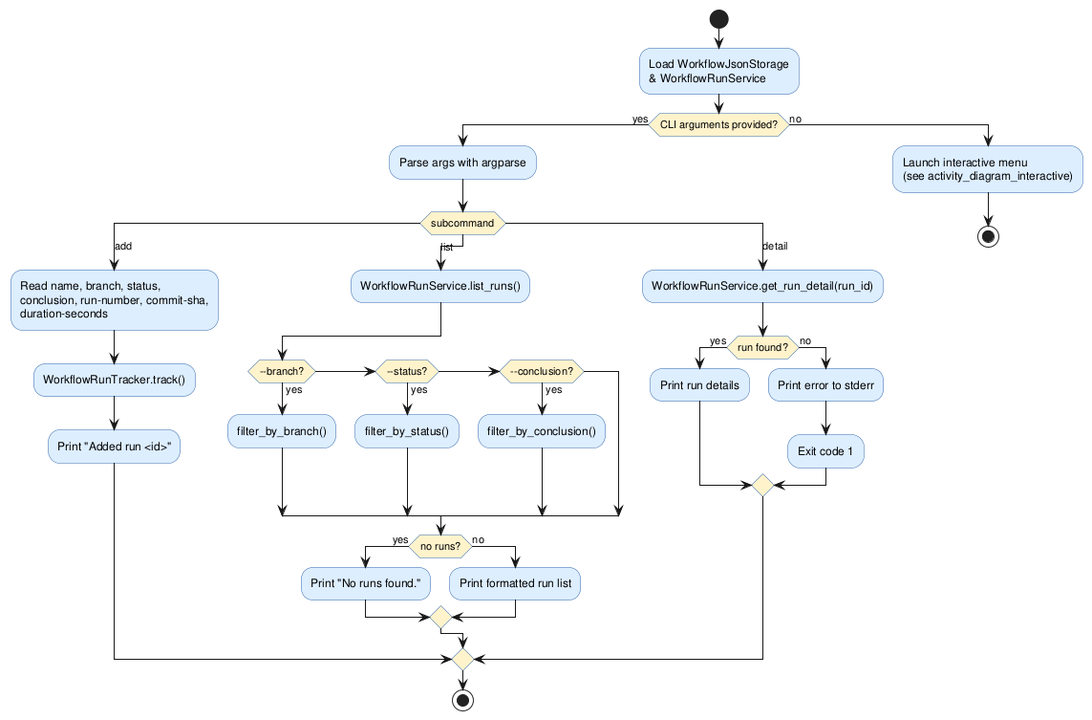
The PlantUML diagram experiments/pipeline/user_stories/github-workflow-manager/artifacts/activity_diagram_main.png in DanielRiha8906/Software_autoevolution_using_agents, before a commit.
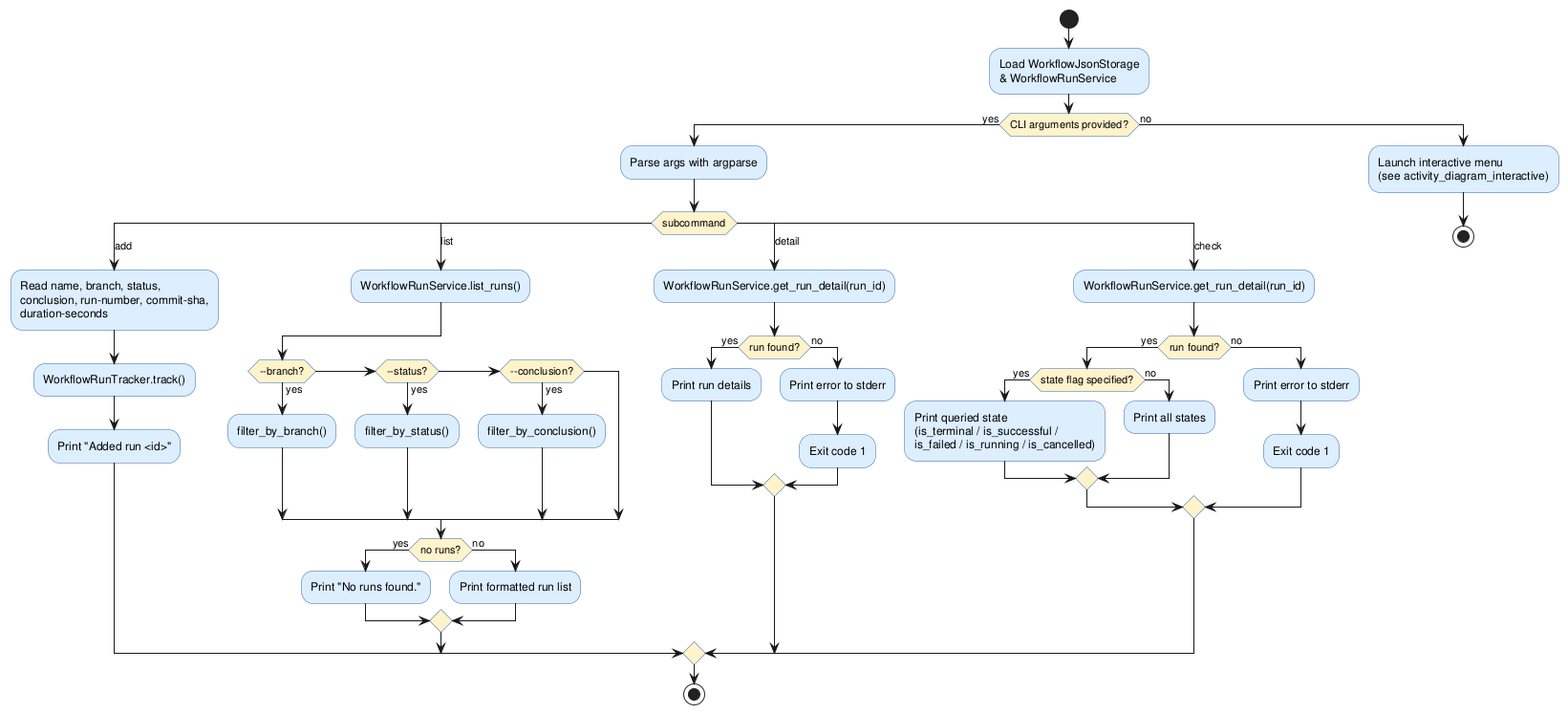
The same file after the commit.

What changed in the source:
```diff
@@ -41,6 +41,19 @@
         :Exit code 1;
       endif
 
+    case (check)
+      :WorkflowRunService.get_run_detail(run_id);
+      if (run found?) then (yes)
+        if (state flag specified?) then (yes)
+          :Print queried state\n(is_terminal / is_successful /\nis_failed / is_running / is_cancelled);
+        else (no)
+          :Print all states;
+        endif
+      else (no)
+        :Print error to stderr;
+        :Exit code 1;
+      endif
+
   endswitch
   stop
 
```
